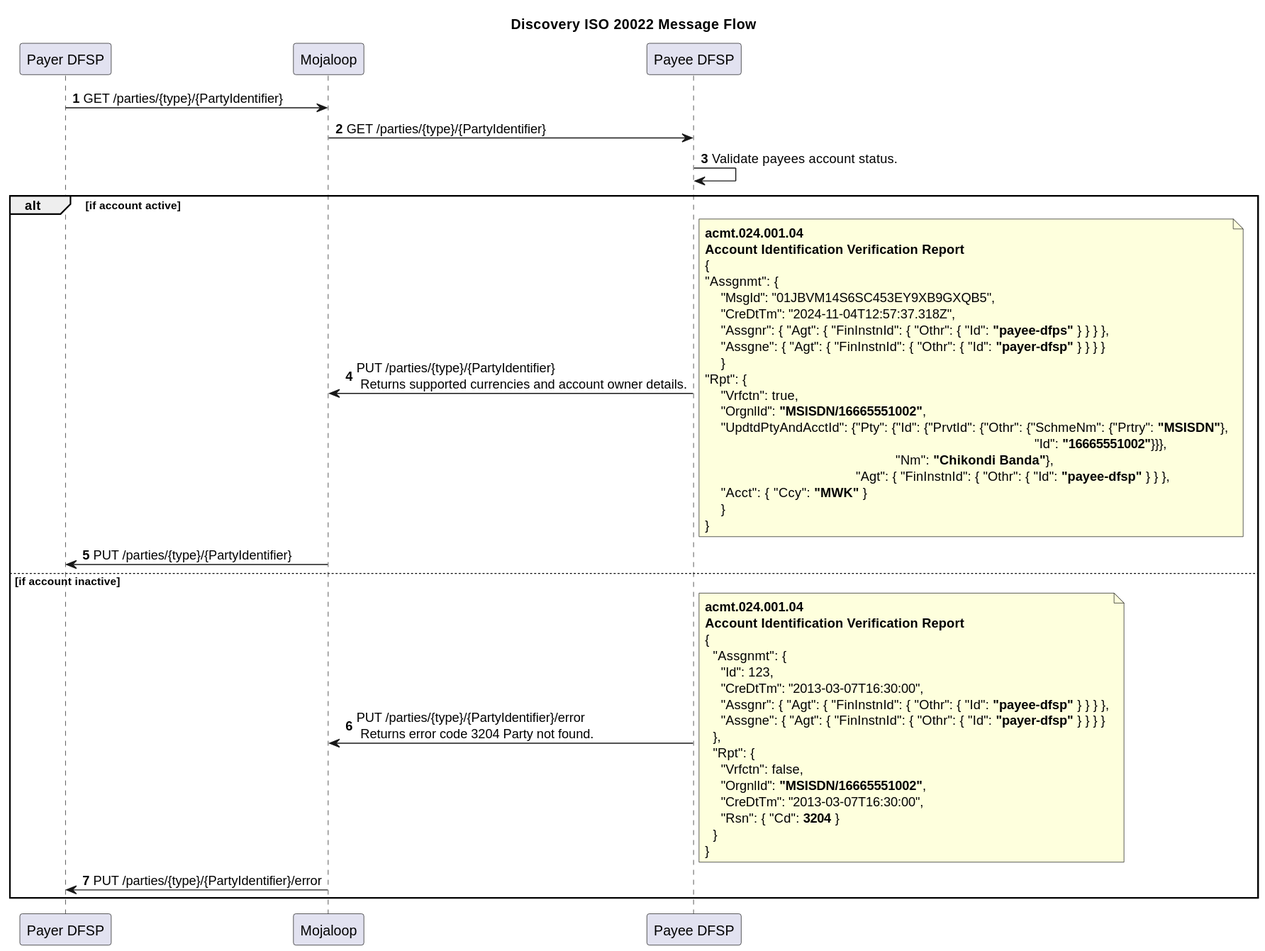
This is Workstream documents/MarketPracticeDoc/SequenceDiagrams/Discovery.svg from mojaloop/iso-20022-docs, a PlantUML export, as it was before one commit. Its diagram source:
```plantuml
@startuml

Title Discovery ISO 20022 Message Flow
participant PayerDFSP as "Payer DFSP"
participant Mojaloop as "Mojaloop"
participant PayeeDFSP as "Payee DFSP"

autonumber

PayerDFSP -> Mojaloop: GET /parties/{type}/{PartyIdentifier}
Mojaloop -> PayeeDFSP: GET /parties/{type}/{PartyIdentifier}
PayeeDFSP -> PayeeDFSP: Validate payees account status.
alt if account active
PayeeDFSP -> Mojaloop: PUT /parties/{type}/{PartyIdentifier} \n Returns supported currencies and account owner details.
note right
**acmt.024.001.04**
**Account Identification Verification Report**
{
"Assgnmt": {
    "MsgId": "01JBVM14S6SC453EY9XB9GXQB5",
    "CreDtTm": "2024-11-04T12:57:37.318Z",
    "Assgnr": { "Agt": { "FinInstnId": { "Othr": { "Id": **"payee-dfps"** } } } },
    "Assgne": { "Agt": { "FinInstnId": { "Othr": { "Id": **"payer-dfsp"** } } } }
    }
"Rpt": {
    "Vrfctn": true,
    "OrgnlId": **"MSISDN/16665551002"**,
    "UpdtdPtyAndAcctId": {"Pty": {"Id": {"PrvtId": {"Othr": {"SchmeNm": {"Prtry": **"MSISDN"**},
                                                                                   "Id": **"16665551002"**}}},
                                                "Nm": **"Chikondi Banda"**},
                                      "Agt": { "FinInstnId": { "Othr": { "Id": **"payee-dfsp"** } } },
    "Acct": { "Ccy": **"MWK"** }
    }
}
end note
Mojaloop -> PayerDFSP: PUT /parties/{type}/{PartyIdentifier}

else if account inactive

PayeeDFSP -> Mojaloop: PUT /parties/{type}/{PartyIdentifier}/error \n Returns error code 3204 Party not found.
note right
**acmt.024.001.04**
**Account Identification Verification Report**
{
  "Assgnmt": {
    "Id": 123,
    "CreDtTm": "2013-03-07T16:30:00",
    "Assgnr": { "Agt": { "FinInstnId": { "Othr": { "Id": **"payee-dfsp"** } } } },
    "Assgne": { "Agt": { "FinInstnId": { "Othr": { "Id": **"payer-dfsp"** } } } }
  },
  "Rpt": {
    "Vrfctn": false,
    "OrgnlId": **"MSISDN/16665551002"**,
    "CreDtTm": "2013-03-07T16:30:00",
    "Rsn": { "Cd": **3204** }
  }
}
end note
Mojaloop -> PayerDFSP: PUT /parties/{type}/{PartyIdentifier}/error

end

@enduml
```
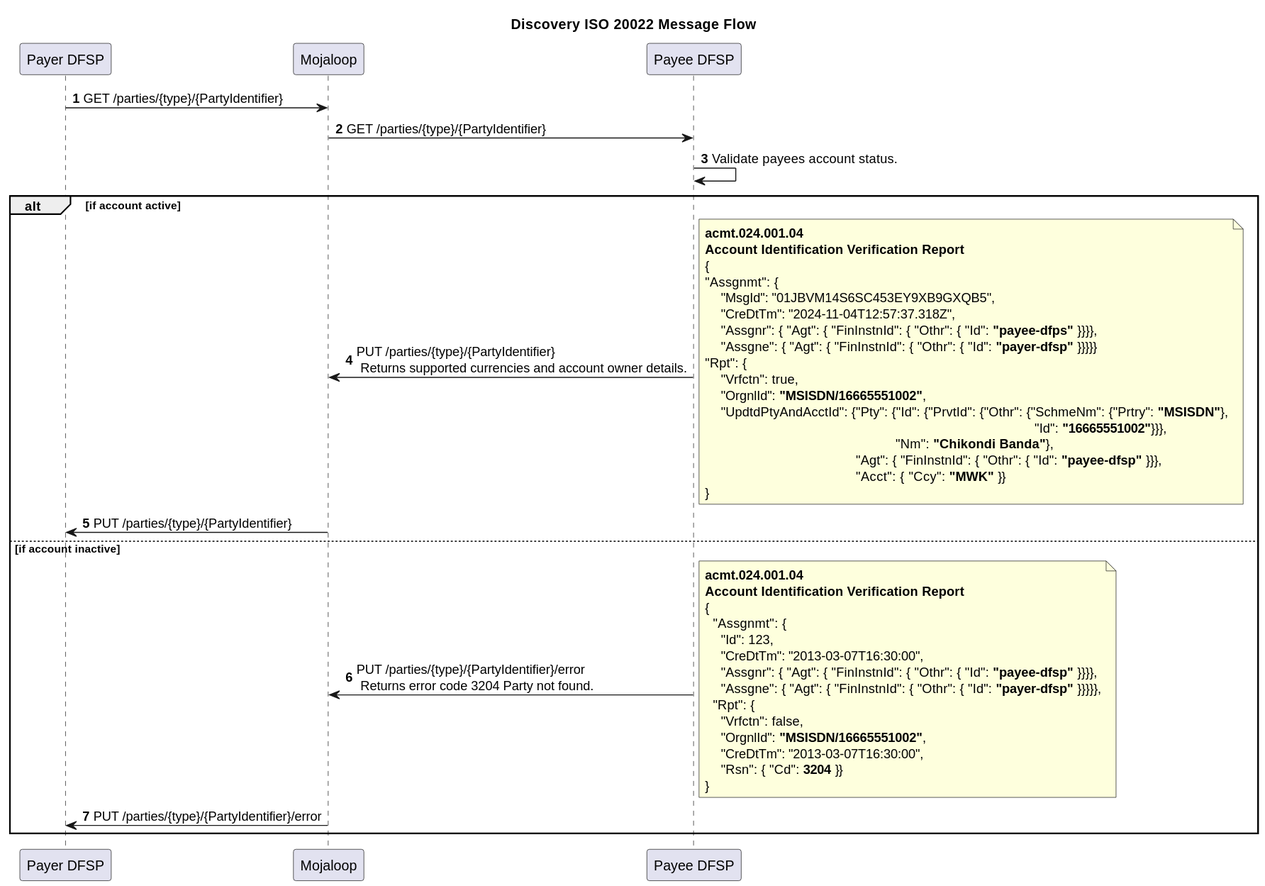
After the change.

Change to the diagram source:
```diff
@@ -19,18 +19,16 @@
 "Assgnmt": {
     "MsgId": "01JBVM14S6SC453EY9XB9GXQB5",
     "CreDtTm": "2024-11-04T12:57:37.318Z",
-    "Assgnr": { "Agt": { "FinInstnId": { "Othr": { "Id": **"payee-dfps"** } } } },
-    "Assgne": { "Agt": { "FinInstnId": { "Othr": { "Id": **"payer-dfsp"** } } } }
-    }
+    "Assgnr": { "Agt": { "FinInstnId": { "Othr": { "Id": **"payee-dfps"** }}}},
+    "Assgne": { "Agt": { "FinInstnId": { "Othr": { "Id": **"payer-dfsp"** }}}}}
 "Rpt": {
     "Vrfctn": true,
     "OrgnlId": **"MSISDN/16665551002"**,
     "UpdtdPtyAndAcctId": {"Pty": {"Id": {"PrvtId": {"Othr": {"SchmeNm": {"Prtry": **"MSISDN"**},
                                                                                    "Id": **"16665551002"**}}},
                                                 "Nm": **"Chikondi Banda"**},
-                                      "Agt": { "FinInstnId": { "Othr": { "Id": **"payee-dfsp"** } } },
-    "Acct": { "Ccy": **"MWK"** }
-    }
+                                      "Agt": { "FinInstnId": { "Othr": { "Id": **"payee-dfsp"** }}},
+                                      "Acct": { "Ccy": **"MWK"** }}
 }
 end note
 Mojaloop -> PayerDFSP: PUT /parties/{type}/{PartyIdentifier}
@@ -45,15 +43,13 @@
   "Assgnmt": {
     "Id": 123,
     "CreDtTm": "2013-03-07T16:30:00",
-    "Assgnr": { "Agt": { "FinInstnId": { "Othr": { "Id": **"payee-dfsp"** } } } },
-    "Assgne": { "Agt": { "FinInstnId": { "Othr": { "Id": **"payer-dfsp"** } } } }
-  },
+    "Assgnr": { "Agt": { "FinInstnId": { "Othr": { "Id": **"payee-dfsp"** }}}},
+    "Assgne": { "Agt": { "FinInstnId": { "Othr": { "Id": **"payer-dfsp"** }}}}},
   "Rpt": {
     "Vrfctn": false,
     "OrgnlId": **"MSISDN/16665551002"**,
     "CreDtTm": "2013-03-07T16:30:00",
-    "Rsn": { "Cd": **3204** }
-  }
+    "Rsn": { "Cd": **3204** }}
 }
 end note
 Mojaloop -> PayerDFSP: PUT /parties/{type}/{PartyIdentifier}/error
```
